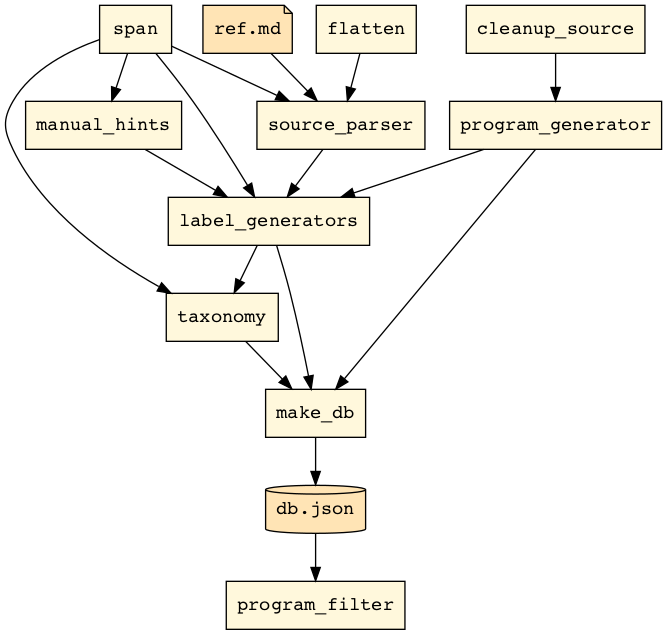
Earlier version of the Graphviz export docs/flow.png (laowantong/paroxython). Its source is kept beside it as docs/flow.dot.
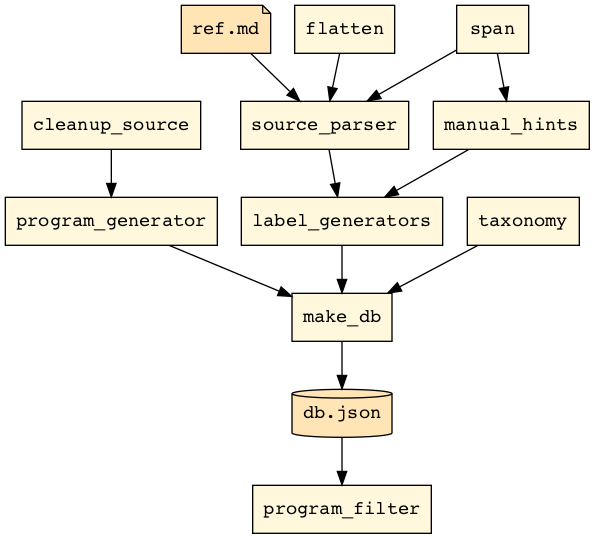
After the commit.

Change to the diagram source:
```diff
@@ -12,10 +12,6 @@
 program_generator -> make_db
 taxonomy -> make_db
 span -> manual_hints
-label_generators -> taxonomy
-span -> taxonomy
-program_generator -> label_generators
+manual_hints -> label_generators
 source_parser -> label_generators
-span -> label_generators
-manual_hints -> label_generators
 }
```
